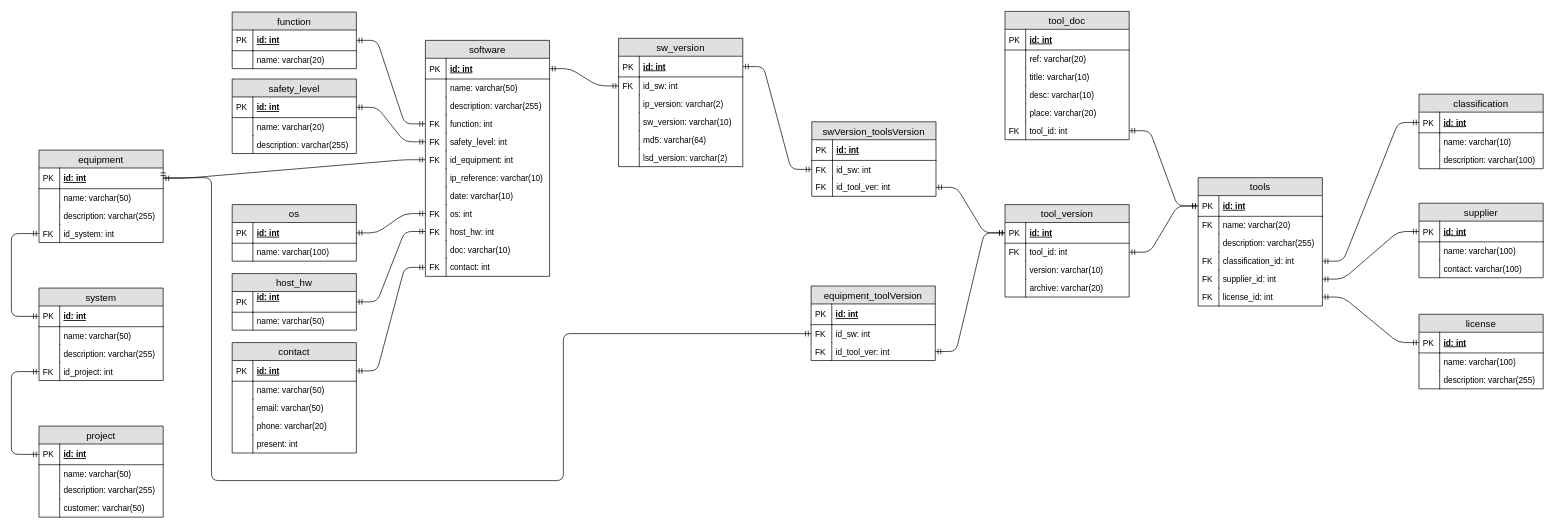
Earlier version of the draw.io diagram page "DB" (1 of 9) of toolsDB.drawio (behej/toolsDB). Source tidied: cells renumbered, new cells numbered last; positions are measured from the earlier drawing's top-left corner, leaving out a move shared by most shapes. Both pictures are drawn from the tidied source at 69%, with x=0, y=0 at pixel (11, 11).
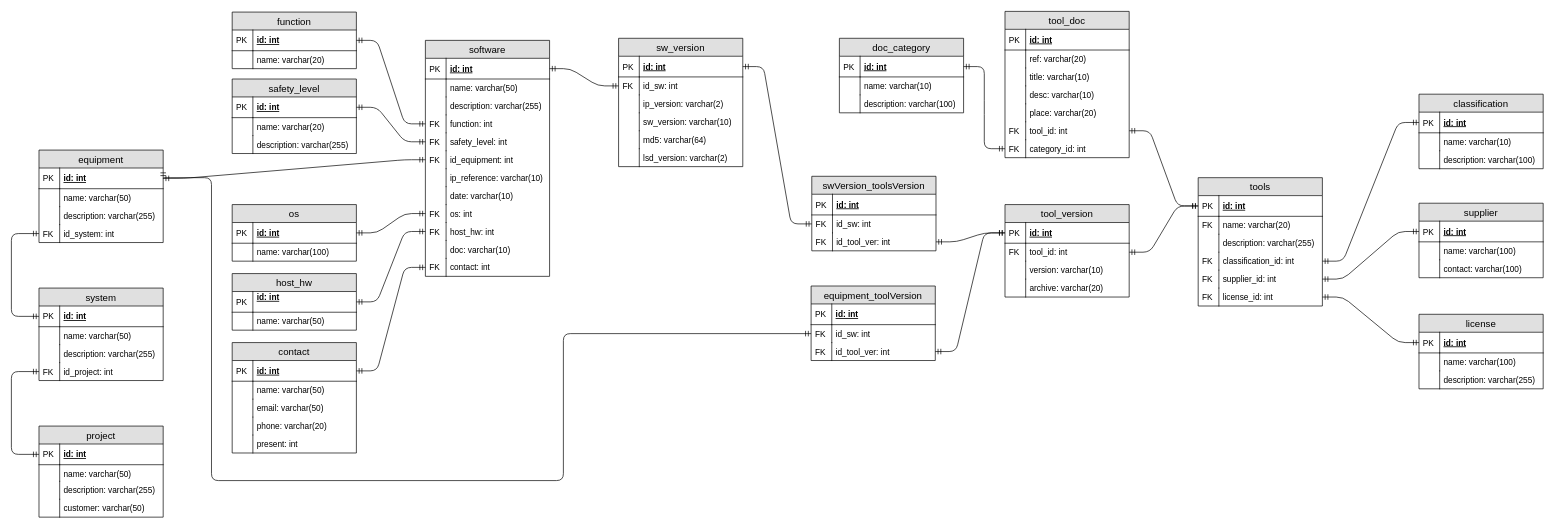
The same page after the edit.

What changed in the source:
```diff
@@
     <mxCell id="108" value="swVersion_toolsVersion" style="swimlane;fontStyle=0;horizontal=1;startSize=26;fillColor=#e0e0e0;swimlaneFillColor=#ffffff;align=center;fontSize=14;" parent="1" vertex="1">
-      <mxGeometry x="1160" y="160" width="180" height="108" as="geometry" />
+      <mxGeometry x="1160" y="239" width="180" height="108" as="geometry" />
     </mxCell>
@@
     <mxCell id="149" value="tool_doc" style="swimlane;fontStyle=0;horizontal=1;startSize=26;fillColor=#e0e0e0;swimlaneFillColor=#ffffff;align=center;fontSize=14;" parent="1" vertex="1">
-      <mxGeometry x="1440" width="180" height="186" as="geometry" />
+      <mxGeometry x="1440" width="180" height="212" as="geometry" />
     </mxCell>
@@
+    <mxCell id="188" value="category_id: int" style="shape=partialRectangle;top=0;left=0;right=0;bottom=0;align=left;verticalAlign=top;fillColor=none;spacingLeft=34;spacingRight=4;overflow=hidden;points=[[0,0.5],[1,0.5]];portConstraint=eastwest;fontSize=12;" parent="149" vertex="1">
+      <mxGeometry y="186" width="180" height="26" as="geometry" />
+    </mxCell>
+    <mxCell id="189" value="FK" style="shape=partialRectangle;top=0;left=0;bottom=0;fillColor=none;align=left;verticalAlign=top;spacingLeft=4;spacingRight=4;overflow=hidden;fontSize=12;" parent="188" vertex="1">
+      <mxGeometry width="30" height="26" as="geometry" />
+    </mxCell>
@@
+    <mxCell id="190" value="doc_category" style="swimlane;fontStyle=0;horizontal=1;startSize=26;fillColor=#e0e0e0;swimlaneFillColor=#ffffff;align=center;fontSize=14;" parent="1" vertex="1">
+      <mxGeometry x="1200" y="39" width="180" height="108" as="geometry" />
+    </mxCell>
+    <mxCell id="191" value="id: int" style="shape=partialRectangle;top=0;left=0;right=0;bottom=1;align=left;verticalAlign=middle;fillColor=none;spacingLeft=34;spacingRight=4;overflow=hidden;points=[[0,0.5],[1,0.5]];portConstraint=eastwest;fontStyle=5;fontSize=12;" parent="190" vertex="1">
+      <mxGeometry y="26" width="180" height="30" as="geometry" />
+    </mxCell>
+    <mxCell id="192" value="PK" style="shape=partialRectangle;top=0;left=0;bottom=0;fillColor=none;align=left;verticalAlign=middle;spacingLeft=4;spacingRight=4;overflow=hidden;fontSize=12;" parent="191" vertex="1">
+      <mxGeometry width="30" height="30" as="geometry" />
+    </mxCell>
+    <mxCell id="193" value="name: varchar(10)" style="shape=partialRectangle;top=0;left=0;right=0;bottom=0;align=left;verticalAlign=top;fillColor=none;spacingLeft=34;spacingRight=4;overflow=hidden;fontSize=12;" parent="190" vertex="1">
+      <mxGeometry y="56" width="180" height="26" as="geometry" />
+    </mxCell>
+    <mxCell id="194" style="shape=partialRectangle;top=0;left=0;bottom=0;fillColor=none;align=left;verticalAlign=top;spacingLeft=4;spacingRight=4;overflow=hidden;fontSize=12;" parent="193" vertex="1">
+      <mxGeometry width="30" height="26" as="geometry" />
+    </mxCell>
+    <mxCell id="195" value="description: varchar(100)" style="shape=partialRectangle;top=0;left=0;right=0;bottom=0;align=left;verticalAlign=top;fillColor=none;spacingLeft=34;spacingRight=4;overflow=hidden;fontSize=12;" parent="190" vertex="1">
+      <mxGeometry y="82" width="180" height="26" as="geometry" />
+    </mxCell>
+    <mxCell id="196" style="shape=partialRectangle;top=0;left=0;bottom=0;fillColor=none;align=left;verticalAlign=top;spacingLeft=4;spacingRight=4;overflow=hidden;fontSize=12;" parent="195" vertex="1">
+      <mxGeometry width="30" height="26" as="geometry" />
+    </mxCell>
+    <mxCell id="197" style="edgeStyle=entityRelationEdgeStyle;fontSize=12;html=1;endArrow=ERmandOne;startArrow=ERmandOne;entryX=0;entryY=0.5;entryDx=0;entryDy=0;exitX=1;exitY=0.5;exitDx=0;exitDy=0;" parent="1" edge="1" source="191" target="188">
+      <mxGeometry relative="1" as="geometry" />
+    </mxCell>
```
